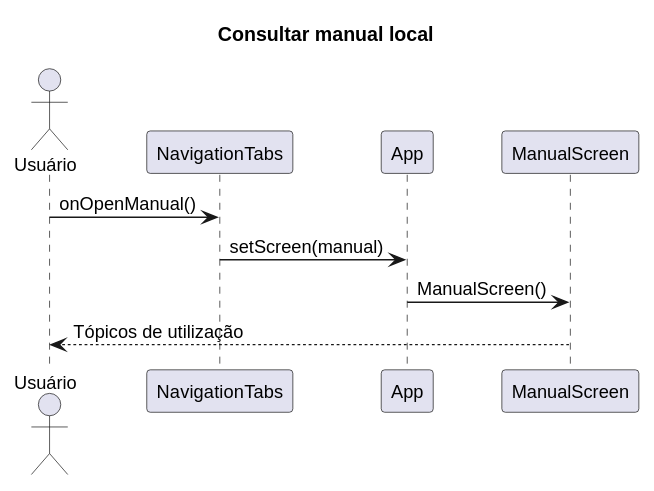
Earlier version of the PlantUML export docs/Diagramas/ENTREGA_DEFINITIVA/renderizados/seq-manual-consulta.svg (skzun/BRTPDS2). Its source is kept beside it as docs/Diagramas/ENTREGA_DEFINITIVA/fontes/seq-manual-consulta.puml.
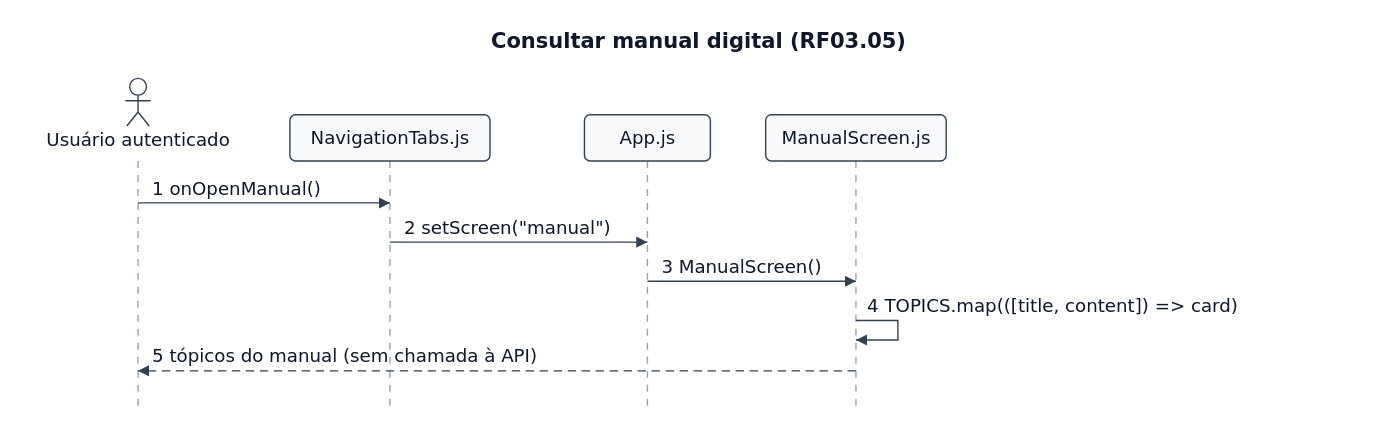
The same diagram one commit later.

Diff of the diagram source:
```diff
@@ -1,14 +1,23 @@
 @startuml
 !pragma layout smetana
+skinparam backgroundColor white
 skinparam shadowing false
+skinparam defaultFontName SansSerif
 skinparam defaultFontSize 13
-title Consultar manual local
-actor Usuário as U
-participant NavigationTabs as NAV
-participant App
-participant ManualScreen as Manual
-U -> NAV: onOpenManual()
-NAV -> App: setScreen(manual)
-App -> Manual: ManualScreen()
-Manual --> U: Tópicos de utilização
+skinparam ArrowColor #334155
+skinparam roundcorner 5
+skinparam dpi 130
+skinparam sequenceMessageAlign left
+hide footbox
+autonumber
+title Consultar manual digital (RF03.05)
+actor "Usuário autenticado" as U
+participant "NavigationTabs.js" as Nav
+participant "App.js" as App
+participant "ManualScreen.js" as M
+U -> Nav : onOpenManual()
+Nav -> App : setScreen("manual")
+App -> M : ManualScreen()
+M -> M : TOPICS.map(([title, content]) => card)
+M --> U : tópicos do manual (sem chamada à API)
 @enduml
```
